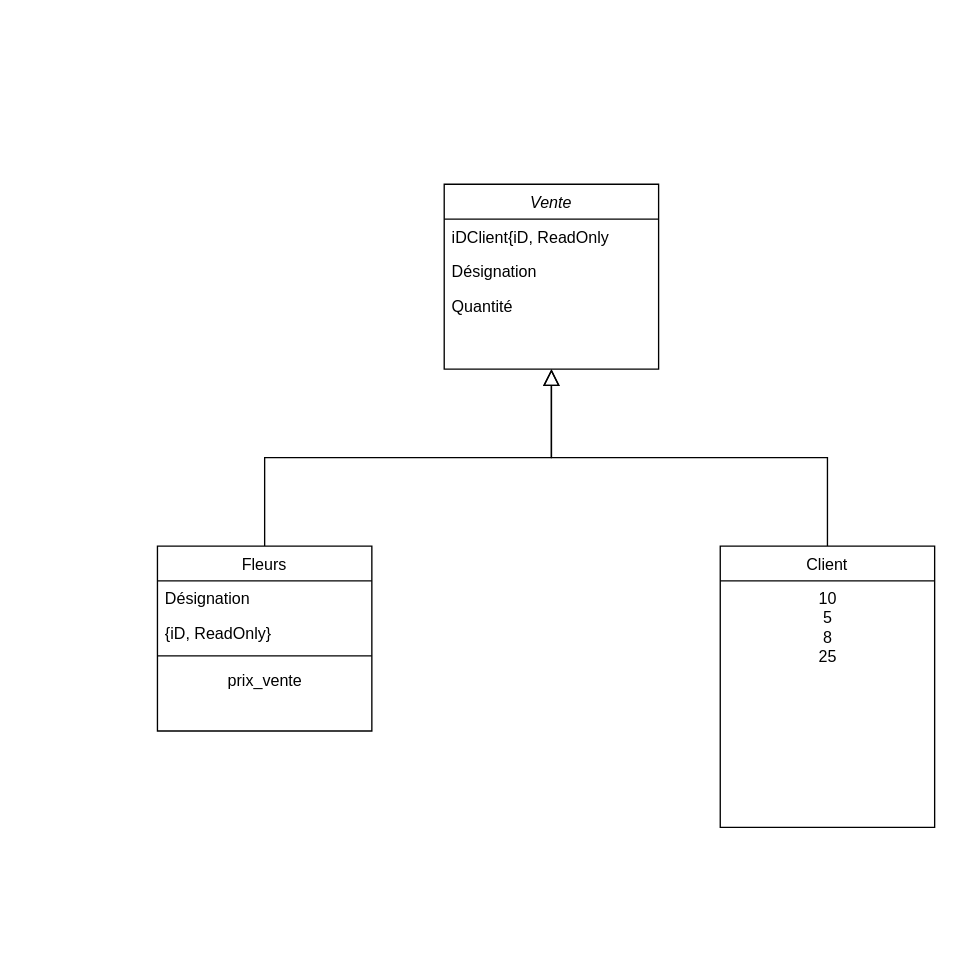
The draw.io diagram Diagramme sans nom.drawio in LucasOtw/Site_Bonifacio, before the edit. Source tidied: cells renumbered, new cells numbered last; positions are measured from the earlier drawing's top-left corner, leaving out a move shared by most shapes. Both pictures are drawn from the tidied source at 134%, with x=0, y=0 at pixel (157, 184).
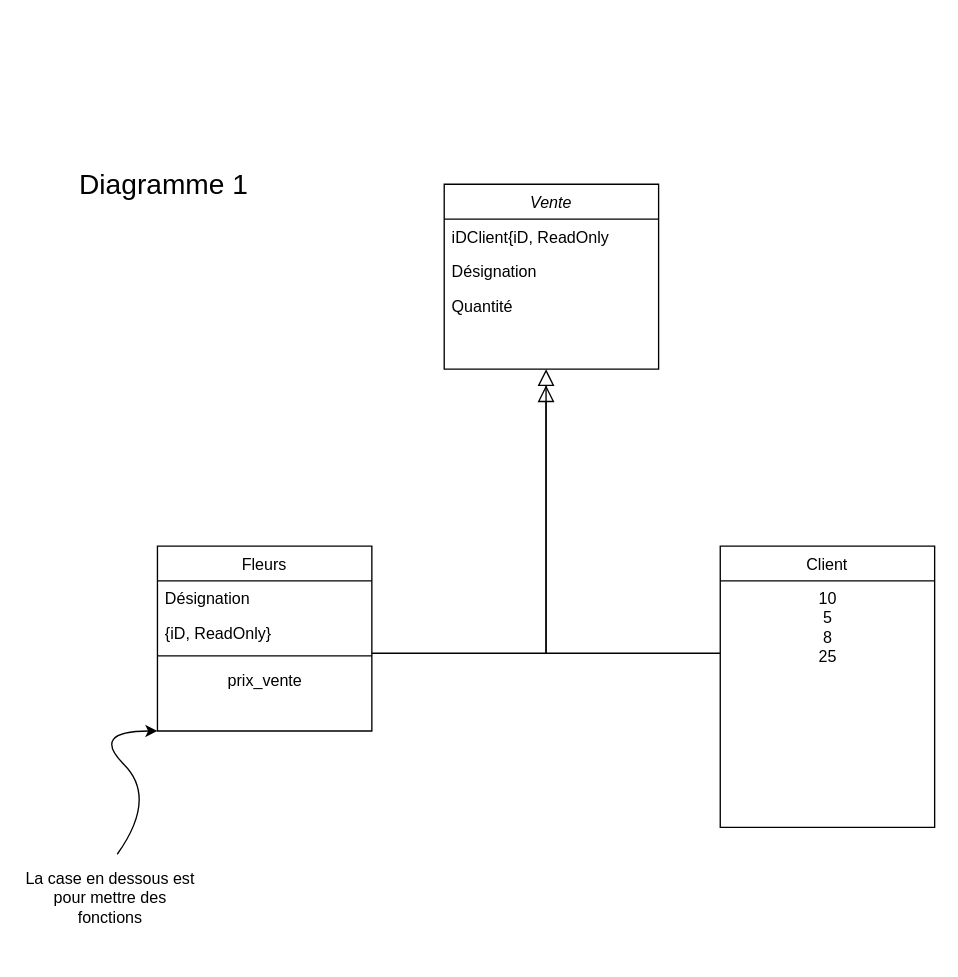
After the change.

Unchanged cells that the change refers to:
```xml
<mxCell id="2" value="Vente" style="swimlane;fontStyle=2;align=center;verticalAlign=top;horizontal=1;startSize=26;rounded=0;shadow=0;strokeWidth=1;" parent="1" vertex="1">
  <mxGeometry x="214" width="160" height="138" as="geometry" />
</mxCell>
<mxCell id="6" value="Fleurs" style="swimlane;fontStyle=0;align=center;verticalAlign=top;horizontal=1;startSize=26;rounded=0;shadow=0;strokeWidth=1;" parent="1" vertex="1">
  <mxGeometry y="270" width="160" height="138" as="geometry" />
</mxCell>
<mxCell id="12" value="Client" style="swimlane;fontStyle=0;align=center;verticalAlign=top;horizontal=1;startSize=26;rounded=0;shadow=0;strokeWidth=1;" parent="1" vertex="1">
  <mxGeometry x="420" y="270" width="160" height="210" as="geometry" />
</mxCell>
```

What changed in the source:
```diff
@@
-    <mxCell id="11" style="endArrow=block;endSize=10;endFill=0;shadow=0;strokeWidth=1;rounded=0;edgeStyle=elbowEdgeStyle;elbow=vertical;" parent="1" edge="1" source="6" target="2">
-      <mxGeometry relative="1" as="geometry" />
+    <mxCell id="11" style="endArrow=block;endSize=10;endFill=0;shadow=0;strokeWidth=1;rounded=0;edgeStyle=elbowEdgeStyle;elbow=vertical;" parent="1" edge="1" source="6">
+      <mxGeometry relative="1" as="geometry">
+        <mxPoint x="290" y="150" as="targetPoint" />
+        <Array as="points">
+          <mxPoint x="310" y="350" />
+        </Array>
+      </mxGeometry>
     </mxCell>
@@
     <mxCell id="14" style="endArrow=block;endSize=10;endFill=0;shadow=0;strokeWidth=1;rounded=0;edgeStyle=elbowEdgeStyle;elbow=vertical;" parent="1" edge="1" source="12" target="2">
-      <mxGeometry relative="1" as="geometry" />
+      <mxGeometry relative="1" as="geometry">
+        <Array as="points">
+          <mxPoint x="290" y="350" />
+        </Array>
+      </mxGeometry>
     </mxCell>
+    <mxCell id="15" value="&lt;font style=&quot;font-size: 21px;&quot;&gt;Diagramme 1&lt;/font&gt;" style="text;html=1;strokeColor=none;fillColor=none;align=center;verticalAlign=middle;whiteSpace=wrap;rounded=0;" parent="1" vertex="1">
+      <mxGeometry x="-80" y="-120" width="170" height="240" as="geometry" />
+    </mxCell>
+    <mxCell id="16" style="curved=1;endArrow=classic;html=1;rounded=0;" parent="1" edge="1">
+      <mxGeometry relative="1" as="geometry">
+        <mxPoint x="-30" y="500" as="sourcePoint" />
+        <mxPoint y="408" as="targetPoint" />
+        <Array as="points">
+          <mxPoint y="458" />
+          <mxPoint x="-50" y="408" />
+        </Array>
+      </mxGeometry>
+    </mxCell>
+    <mxCell id="17" value="La case en dessous est pour mettre des fonctions" style="text;html=1;strokeColor=none;fillColor=none;align=center;verticalAlign=middle;whiteSpace=wrap;rounded=0;" parent="1" vertex="1">
+      <mxGeometry x="-100" y="490" width="130" height="85" as="geometry" />
+    </mxCell>
```
